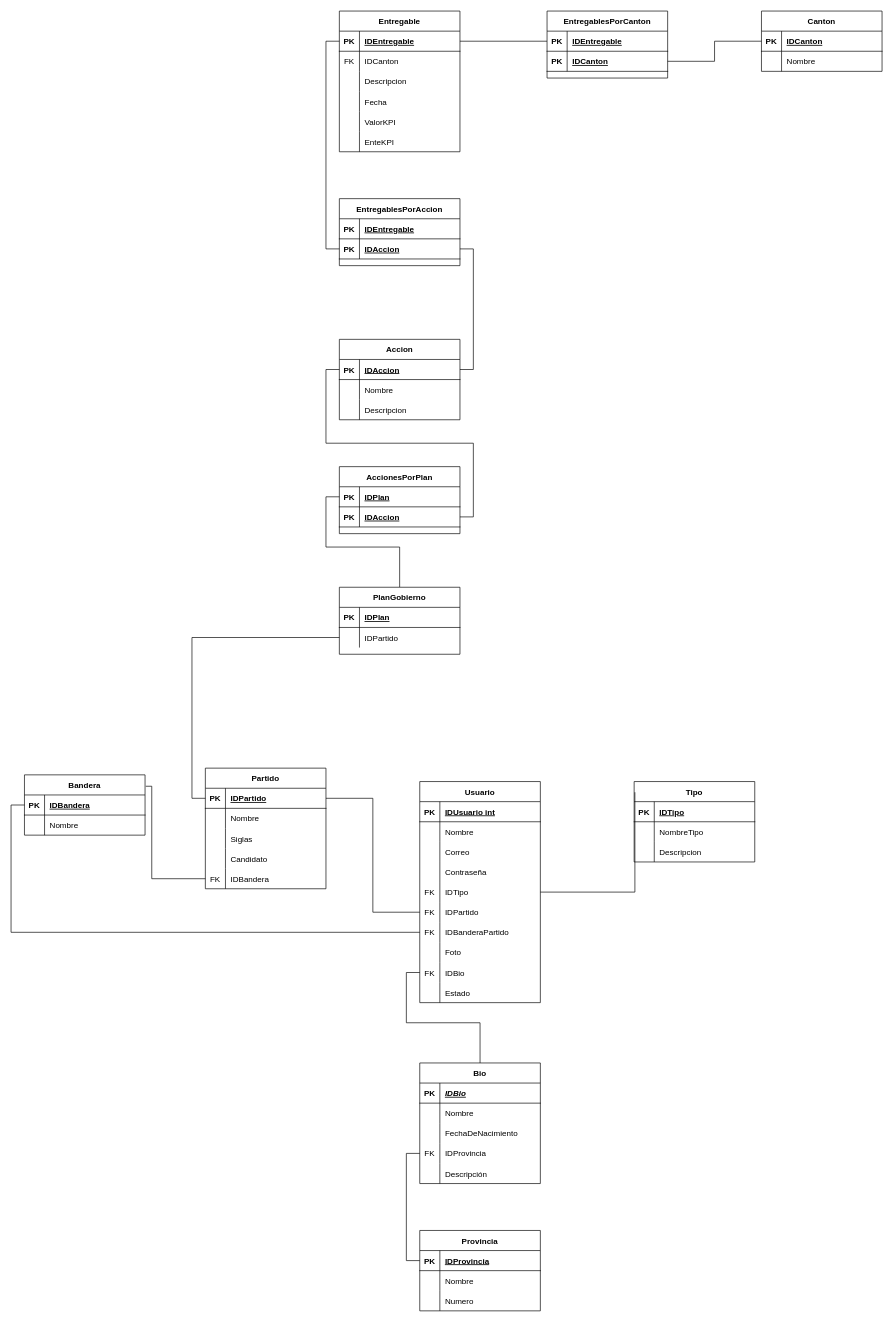
This is page "Page-2" (2 of 4) of diagramas.drawio from maurisq12/Caso1, a draw.io file, before an edit. Source tidied: cells renumbered, new cells numbered last; positions are measured from the earlier drawing's top-left corner, leaving out a move shared by most shapes. Both pictures are drawn from the tidied source at 67%, with x=0, y=0 at pixel (24, 11).
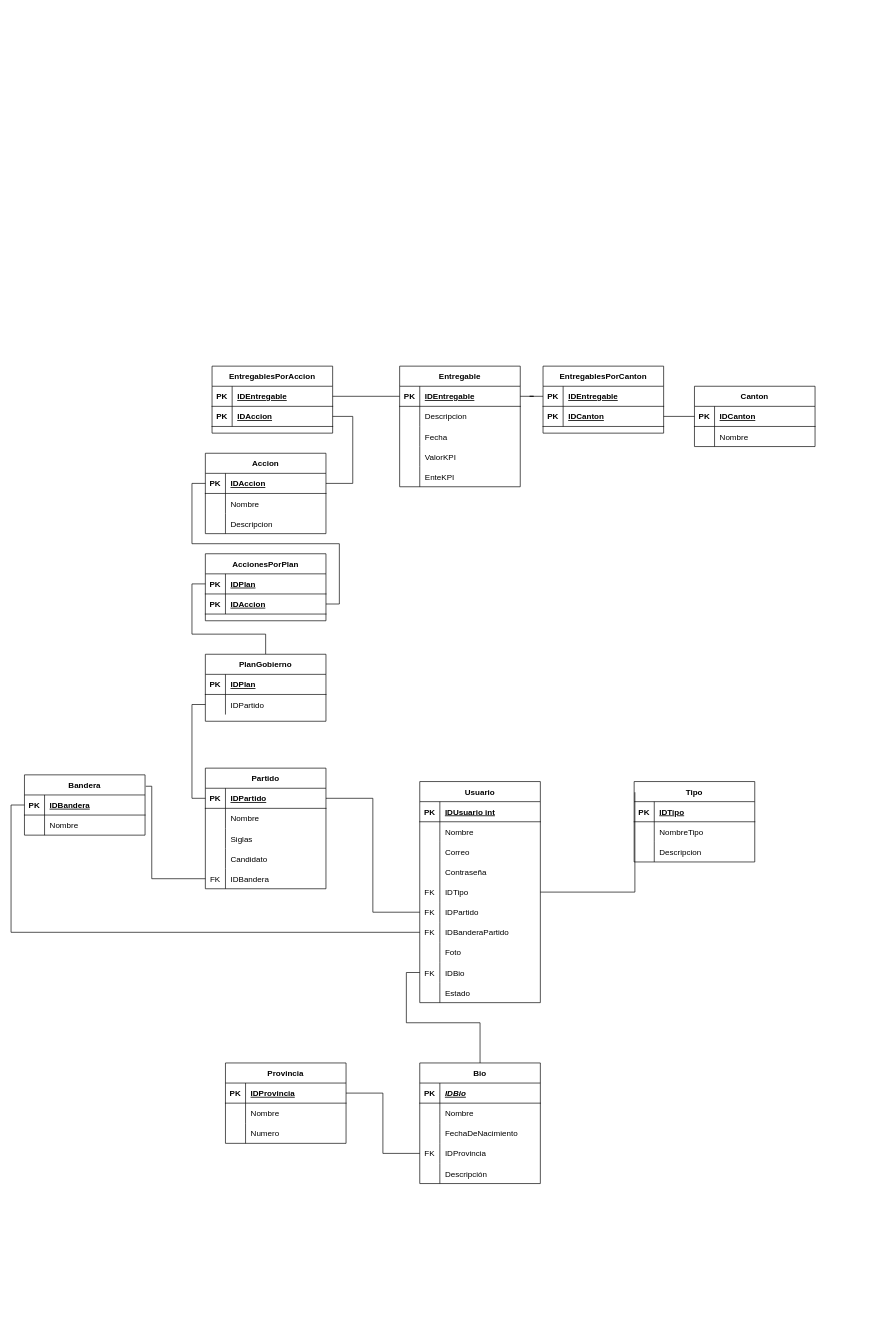
Above is the later version.

Commit message (it also covers changes not shown here):
crud avance

The change refers to these unchanged cells:
```xml
<mxCell id="44" style="shape=tableRow;horizontal=0;startSize=0;swimlaneHead=0;swimlaneBody=0;fillColor=none;points=[[0,0.5],[1,0.5]];portConstraint=eastwest;top=0;left=0;right=0;bottom=0;" parent="34" vertex="1">
  <mxGeometry y="120" width="180" height="30" as="geometry" />
</mxCell>
<mxCell id="97" style="shape=tableRow;horizontal=0;startSize=0;swimlaneHead=0;swimlaneBody=0;fillColor=none;points=[[0,0.5],[1,0.5]];portConstraint=eastwest;top=0;left=0;right=0;bottom=1;" parent="96" vertex="1">
  <mxGeometry y="30" width="180" height="30" as="geometry" />
</mxCell>
<mxCell id="107" style="shape=tableRow;horizontal=0;startSize=0;swimlaneHead=0;swimlaneBody=0;fillColor=none;points=[[0,0.5],[1,0.5]];portConstraint=eastwest;top=0;left=0;right=0;bottom=1;" parent="106" vertex="1">
  <mxGeometry y="30" width="180" height="30" as="geometry" />
</mxCell>
<mxCell id="115" style="shape=tableRow;horizontal=0;startSize=0;swimlaneHead=0;swimlaneBody=0;fillColor=none;points=[[0,0.5],[1,0.5]];portConstraint=eastwest;top=0;left=0;right=0;bottom=1;" parent="114" vertex="1">
  <mxGeometry y="30" width="180" height="30" as="geometry" />
</mxCell>
<mxCell id="118" style="shape=tableRow;horizontal=0;startSize=0;swimlaneHead=0;swimlaneBody=0;fillColor=none;points=[[0,0.5],[1,0.5]];portConstraint=eastwest;top=0;left=0;right=0;bottom=1;" parent="114" vertex="1">
  <mxGeometry y="60" width="180" height="30" as="geometry" />
</mxCell>
<mxCell id="123" style="shape=tableRow;horizontal=0;startSize=0;swimlaneHead=0;swimlaneBody=0;fillColor=none;points=[[0,0.5],[1,0.5]];portConstraint=eastwest;top=0;left=0;right=0;bottom=1;" parent="122" vertex="1">
  <mxGeometry y="30" width="180" height="30" as="geometry" />
</mxCell>
<mxCell id="159" style="shape=tableRow;horizontal=0;startSize=0;swimlaneHead=0;swimlaneBody=0;fillColor=none;points=[[0,0.5],[1,0.5]];portConstraint=eastwest;top=0;left=0;right=0;bottom=1;" parent="158" vertex="1">
  <mxGeometry y="30" width="180" height="30" as="geometry" />
</mxCell>
```

The edit, as a diff of the source:
```diff
@@
     <mxCell id="87" style="edgeStyle=orthogonalEdgeStyle;rounded=0;jettySize=auto;html=1;entryX=0;entryY=0.5;entryDx=0;entryDy=0;endArrow=none;endFill=0;" parent="1" edge="1" source="88" target="107">
-      <mxGeometry relative="1" as="geometry" />
+      <mxGeometry relative="1" as="geometry">
+        <Array as="points">
+          <mxPoint x="360" y="930" />
+          <mxPoint x="250" y="930" />
+          <mxPoint x="250" y="855" />
+        </Array>
+      </mxGeometry>
     </mxCell>
     <mxCell id="88" value="PlanGobierno" style="shape=table;startSize=30;childLayout=tableLayout;rowLines=0;fontStyle=1;align=center;" parent="1" vertex="1">
-      <mxGeometry x="470" y="860" width="180" height="100" as="geometry" />
+      <mxGeometry x="270" y="960" width="180" height="100" as="geometry" />
     </mxCell>
@@
     <mxCell id="96" value="Accion" style="shape=table;startSize=30;childLayout=tableLayout;rowLines=0;fontStyle=1;align=center;" parent="1" vertex="1">
-      <mxGeometry x="470" y="490" width="180" height="120" as="geometry" />
+      <mxGeometry x="270" y="660" width="180" height="120" as="geometry" />
     </mxCell>
@@
     <mxCell id="106" value="AccionesPorPlan" style="shape=table;startSize=30;childLayout=tableLayout;rowLines=0;fontStyle=1;align=center;" parent="1" vertex="1">
-      <mxGeometry x="470" y="680" width="180" height="100" as="geometry" />
+      <mxGeometry x="270" y="810" width="180" height="100" as="geometry" />
     </mxCell>
@@
     <mxCell id="114" value="EntregablesPorAccion" style="shape=table;startSize=30;childLayout=tableLayout;rowLines=0;fontStyle=1;align=center;" parent="1" vertex="1">
-      <mxGeometry x="470" y="280" width="180" height="100" as="geometry" />
+      <mxGeometry x="280" y="530" width="180" height="100" as="geometry" />
     </mxCell>
@@
-    <mxCell id="121" style="edgeStyle=orthogonalEdgeStyle;rounded=0;jettySize=auto;html=1;entryX=1;entryY=0.5;entryDx=0;entryDy=0;endArrow=none;endFill=0;" parent="1" edge="1" source="97" target="118">
-      <mxGeometry relative="1" as="geometry">
-        <Array as="points">
-          <mxPoint x="670" y="535" />
-          <mxPoint x="670" y="355" />
-        </Array>
-      </mxGeometry>
-    </mxCell>
     <mxCell id="122" value="Entregable" style="shape=table;startSize=30;childLayout=tableLayout;rowLines=0;fontStyle=1;align=center;" parent="1" vertex="1">
-      <mxGeometry x="470" width="180" height="210" as="geometry" />
+      <mxGeometry x="560" y="530" width="180" height="180" as="geometry" />
     </mxCell>
@@
-    <mxCell id="126" style="shape=tableRow;horizontal=0;startSize=0;swimlaneHead=0;swimlaneBody=0;fillColor=none;top=0;left=0;right=0;bottom=0;" parent="122" vertex="1">
-      <mxGeometry y="60" width="180" height="30" as="geometry" />
-    </mxCell>
-    <mxCell id="127" value="FK" style="shape=partialRectangle;fillColor=none;top=0;left=0;bottom=0;right=0;overflow=hidden;" parent="126" vertex="1">
-      <mxGeometry width="30" height="30" as="geometry" />
-    </mxCell>
-    <mxCell id="128" value="IDCanton" style="shape=partialRectangle;fillColor=none;top=0;left=0;bottom=0;right=0;align=left;spacingLeft=6;overflow=hidden;" parent="126" vertex="1">
-      <mxGeometry x="30" width="150" height="30" as="geometry" />
-    </mxCell>
     <mxCell id="129" style="shape=tableRow;horizontal=0;startSize=0;swimlaneHead=0;swimlaneBody=0;fillColor=none;top=0;left=0;right=0;bottom=0;" parent="122" vertex="1">
-      <mxGeometry y="90" width="180" height="30" as="geometry" />
+      <mxGeometry y="60" width="180" height="30" as="geometry" />
     </mxCell>
@@
     <mxCell id="132" style="shape=tableRow;horizontal=0;startSize=0;swimlaneHead=0;swimlaneBody=0;fillColor=none;top=0;left=0;right=0;bottom=0;" parent="122" vertex="1">
-      <mxGeometry y="120" width="180" height="30" as="geometry" />
+      <mxGeometry y="90" width="180" height="30" as="geometry" />
     </mxCell>
@@
     <mxCell id="135" style="shape=tableRow;horizontal=0;startSize=0;swimlaneHead=0;swimlaneBody=0;fillColor=none;top=0;left=0;right=0;bottom=0;" parent="122" vertex="1">
-      <mxGeometry y="150" width="180" height="30" as="geometry" />
+      <mxGeometry y="120" width="180" height="30" as="geometry" />
     </mxCell>
@@
     <mxCell id="138" style="shape=tableRow;horizontal=0;startSize=0;swimlaneHead=0;swimlaneBody=0;fillColor=none;top=0;left=0;right=0;bottom=0;" parent="122" vertex="1">
-      <mxGeometry y="180" width="180" height="30" as="geometry" />
+      <mxGeometry y="150" width="180" height="30" as="geometry" />
     </mxCell>
@@
-    <mxCell id="141" style="edgeStyle=orthogonalEdgeStyle;rounded=0;jettySize=auto;html=1;entryX=0;entryY=0.5;entryDx=0;entryDy=0;endArrow=none;endFill=0;" parent="1" edge="1" source="123" target="118">
-      <mxGeometry relative="1" as="geometry" />
-    </mxCell>
     <mxCell id="142" value="Canton" style="shape=table;startSize=30;childLayout=tableLayout;rowLines=0;fontStyle=1;align=center;" parent="1" vertex="1">
-      <mxGeometry x="1100" width="180" height="90" as="geometry" />
+      <mxGeometry x="1000" y="560" width="180" height="90" as="geometry" />
     </mxCell>
@@
     <mxCell id="149" value="EntregablesPorCanton" style="shape=table;startSize=30;childLayout=tableLayout;rowLines=0;fontStyle=1;align=center;" parent="1" vertex="1">
-      <mxGeometry x="780" width="180" height="100" as="geometry" />
+      <mxGeometry x="774" y="530" width="180" height="100" as="geometry" />
     </mxCell>
@@
     <mxCell id="158" value="Provincia" style="shape=table;startSize=30;childLayout=tableLayout;rowLines=0;fontStyle=1;align=center;" parent="1" vertex="1">
-      <mxGeometry x="590" y="1820" width="180" height="120" as="geometry" />
+      <mxGeometry x="300" y="1570" width="180" height="120" as="geometry" />
     </mxCell>
@@
+    <mxCell id="169" style="edgeStyle=orthogonalEdgeStyle;rounded=0;jettySize=auto;html=1;entryX=1;entryY=0.5;entryDx=0;entryDy=0;strokeWidth=1;endArrow=none;endFill=0;" parent="1" edge="1" source="118" target="97">
+      <mxGeometry relative="1" as="geometry">
+        <Array as="points">
+          <mxPoint x="490" y="605" />
+          <mxPoint x="490" y="705" />
+        </Array>
+      </mxGeometry>
+    </mxCell>
+    <mxCell id="170" style="edgeStyle=orthogonalEdgeStyle;rounded=0;jettySize=auto;html=1;entryX=0;entryY=0.5;entryDx=0;entryDy=0;endArrow=none;endFill=0;" parent="1" edge="1" source="115" target="123">
+      <mxGeometry relative="1" as="geometry" />
+    </mxCell>
-    <mxCell id="168" style="edgeStyle=orthogonalEdgeStyle;rounded=0;jettySize=auto;html=1;entryX=0;entryY=0.5;entryDx=0;entryDy=0;endArrow=none;endFill=0;" parent="1" edge="1" source="44" target="159">
+    <mxCell id="168" style="edgeStyle=orthogonalEdgeStyle;rounded=0;jettySize=auto;html=1;entryX=1;entryY=0.5;entryDx=0;entryDy=0;endArrow=none;endFill=0;strokeWidth=1;" parent="1" edge="1" source="44" target="159">
       <mxGeometry relative="1" as="geometry" />
     </mxCell>
```
